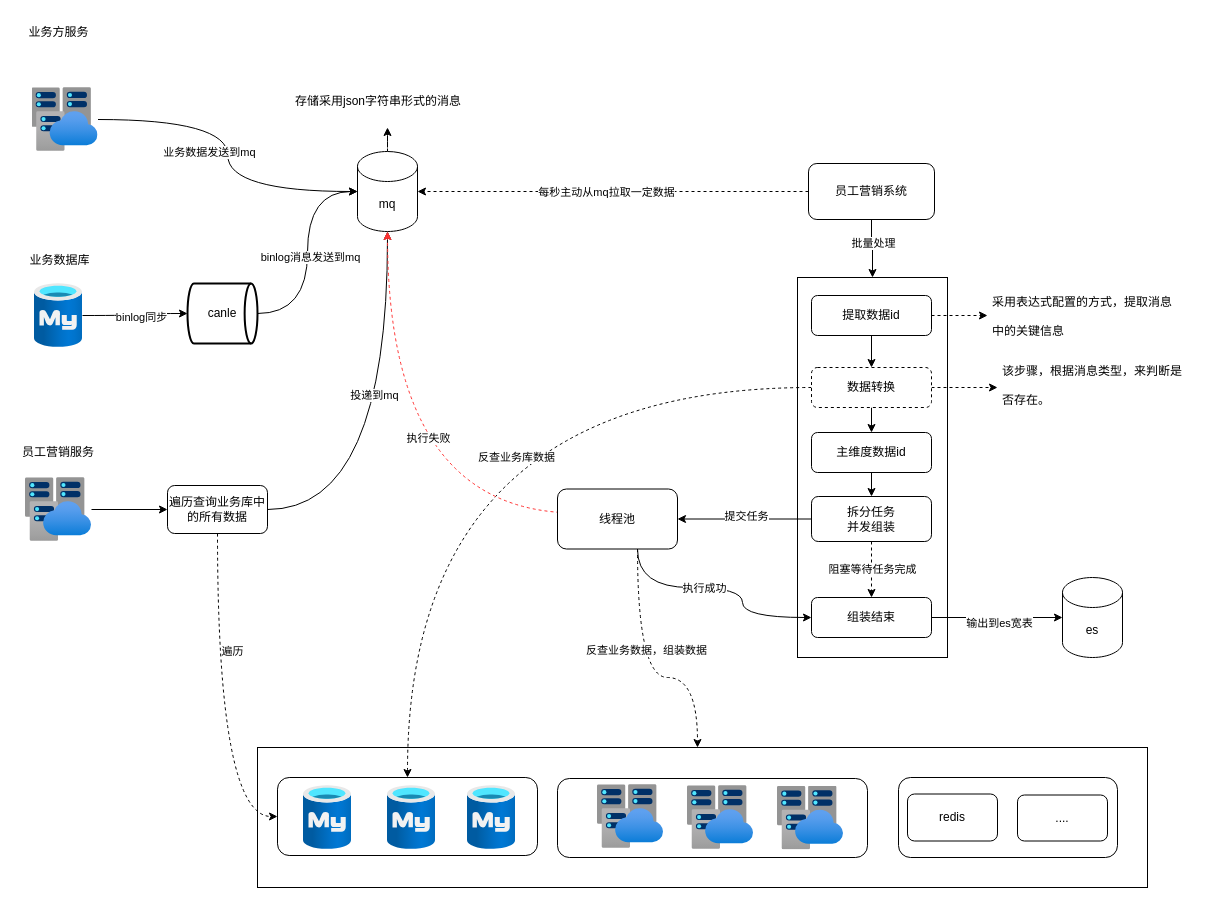
This is 员工主页同步方案.drawio from 330129161/draw.io, a draw.io file, before an edit. Source tidied: cells renumbered, new cells numbered last; positions are measured from the earlier drawing's top-left corner, leaving out a move shared by most shapes. Both pictures are drawn from the tidied source at 100%, with x=0, y=0 at pixel (17, 17).
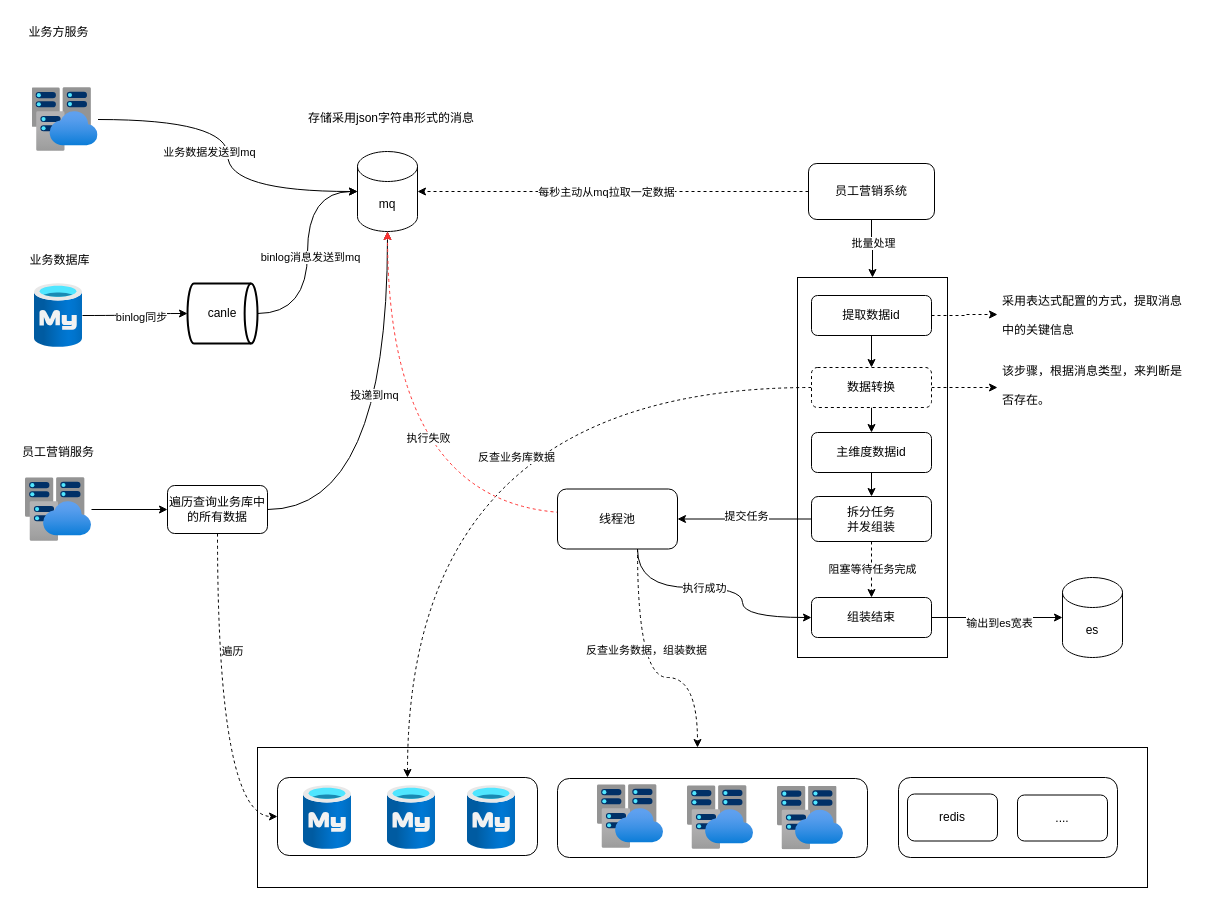
The same diagram, later.

Commit message (it also covers changes not shown here):
更新员工主页同步方案.drawio

Unchanged cells that the change refers to:
```xml
<mxCell id="17" value="mq" style="shape=cylinder3;whiteSpace=wrap;html=1;boundedLbl=1;backgroundOutline=1;size=15;" parent="1" vertex="1">
  <mxGeometry x="340" y="134" width="60" height="80" as="geometry" />
</mxCell>
```

The edit, as a diff of the source:
```diff
@@
-    <mxCell id="16" style="edgeStyle=orthogonalEdgeStyle;rounded=0;jettySize=auto;html=1;dashed=1;" parent="1" edge="1" source="17" target="33">
-      <mxGeometry relative="1" as="geometry" />
-    </mxCell>
@@
     <mxCell id="30" value="&lt;h1&gt;&lt;span style=&quot;background-color: initial; font-size: 12px; font-weight: normal;&quot;&gt;采用表达式配置的方式，提取消息中的关键信息&lt;/span&gt;&lt;br&gt;&lt;/h1&gt;" style="text;html=1;strokeColor=none;fillColor=none;spacing=5;spacingTop=-20;whiteSpace=wrap;overflow=hidden;rounded=0;" parent="1" vertex="1">
-      <mxGeometry x="970" y="261" width="190" height="74" as="geometry" />
+      <mxGeometry x="980" y="260" width="190" height="74" as="geometry" />
     </mxCell>
@@
     <mxCell id="33" value="&lt;h1&gt;&lt;span style=&quot;background-color: initial; font-size: 12px; font-weight: normal;&quot;&gt;存储采用json字符串形式的消息&lt;/span&gt;&lt;/h1&gt;" style="text;html=1;strokeColor=none;fillColor=none;spacing=5;spacingTop=-20;whiteSpace=wrap;overflow=hidden;rounded=0;" parent="1" vertex="1">
-      <mxGeometry x="272.5" y="60" width="195" height="50" as="geometry" />
+      <mxGeometry x="286" y="77" width="195" height="50" as="geometry" />
     </mxCell>
```
